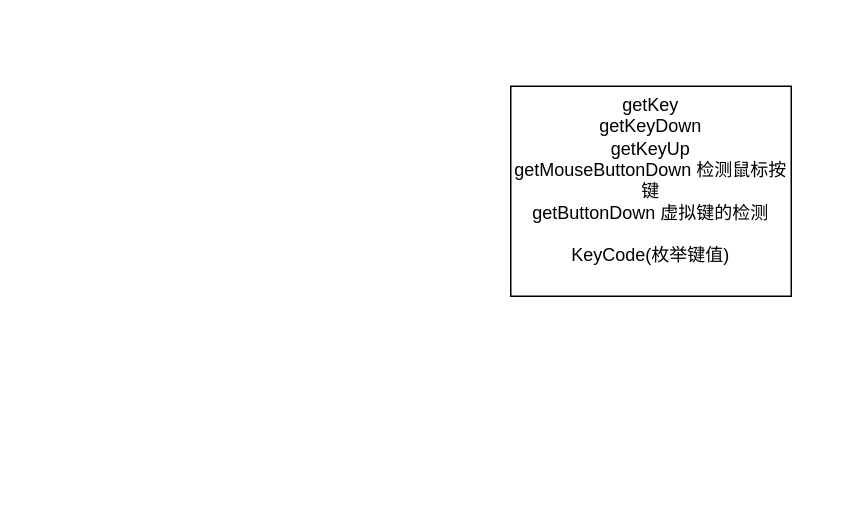
Earlier version of the draw.io diagram page "Input" (3 of 3) of Untitled Diagram.drawio (yangcanlaile/unity-chart). Source tidied: cells renumbered, new cells numbered last; positions are measured from the earlier drawing's top-left corner, leaving out a move shared by most shapes. Both pictures are drawn from the tidied source at 150%, with x=0, y=0 at pixel (510, 86).
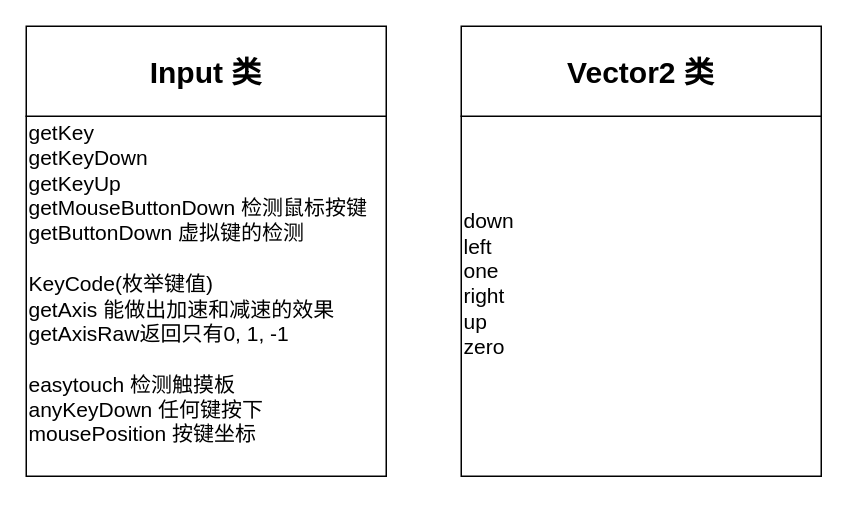
After the change.

What changed in the source:
```diff
@@
 <mxGraphModel>
   <root>
     <mxCell id="0" />
     <mxCell id="1" parent="0" />
+    <mxCell id="3" style="group;" parent="1" vertex="1">
+      <mxGeometry x="-323" y="-40" width="240" height="300" as="geometry" />
+    </mxCell>
-    <mxCell id="2" value="getKey&lt;br&gt;getKeyDown&lt;br&gt;getKeyUp&lt;br&gt;getMouseButtonDown 检测鼠标按键&lt;br&gt;getButtonDown 虚拟键的检测&lt;br&gt;&lt;br&gt;KeyCode(枚举键值)&lt;br&gt;&lt;br&gt;" style="rounded=0;whiteSpace=wrap;html=1;" parent="1" vertex="1">
-      <mxGeometry width="187" height="140" as="geometry" />
+    <mxCell id="2" value="getKey&lt;br style=&quot;font-size: 14px;&quot;&gt;getKeyDown&lt;br style=&quot;font-size: 14px;&quot;&gt;getKeyUp&lt;br style=&quot;font-size: 14px;&quot;&gt;getMouseButtonDown 检测鼠标按键&lt;br style=&quot;font-size: 14px;&quot;&gt;getButtonDown 虚拟键的检测&lt;br style=&quot;font-size: 14px;&quot;&gt;&lt;br style=&quot;font-size: 14px;&quot;&gt;KeyCode(枚举键值)&lt;br style=&quot;font-size: 14px;&quot;&gt;getAxis 能做出加速和减速的效果&lt;br style=&quot;font-size: 14px;&quot;&gt;getAxisRaw返回只有0, 1, -1&lt;br style=&quot;font-size: 14px;&quot;&gt;&lt;br style=&quot;font-size: 14px;&quot;&gt;easytouch 检测触摸板&lt;br style=&quot;font-size: 14px;&quot;&gt;anyKeyDown 任何键按下&lt;br style=&quot;font-size: 14px;&quot;&gt;mousePosition 按键坐标&lt;br style=&quot;font-size: 14px;&quot;&gt;&lt;br style=&quot;font-size: 14px;&quot;&gt;" style="rounded=0;whiteSpace=wrap;html=1;fontSize=14;align=left;" parent="3" vertex="1">
+      <mxGeometry y="60" width="240" height="240" as="geometry" />
     </mxCell>
+    <mxCell id="4" value="&lt;b&gt;&lt;font style=&quot;font-size: 20px&quot;&gt;Input 类&lt;/font&gt;&lt;/b&gt;" style="rounded=0;whiteSpace=wrap;html=1;fontSize=14;align=center;" parent="3" vertex="1">
+      <mxGeometry width="240" height="60" as="geometry" />
+    </mxCell>
+    <mxCell id="5" style="group;" parent="1" vertex="1">
+      <mxGeometry x="-33" y="-30" width="240" height="300" as="geometry" />
+    </mxCell>
+    <mxCell id="6" style="group;" parent="5" vertex="1">
+      <mxGeometry y="-10" width="240" height="300" as="geometry" />
+    </mxCell>
+    <mxCell id="7" value="down&lt;br&gt;left&lt;br&gt;one&lt;br&gt;right&lt;br&gt;up&lt;br&gt;zero&lt;br&gt;&lt;br style=&quot;font-size: 14px&quot;&gt;" style="rounded=0;whiteSpace=wrap;html=1;fontSize=14;align=left;" parent="6" vertex="1">
+      <mxGeometry y="60" width="240" height="240" as="geometry" />
+    </mxCell>
+    <mxCell id="8" value="&lt;b&gt;&lt;font style=&quot;font-size: 20px&quot;&gt;Vector2 类&lt;/font&gt;&lt;/b&gt;" style="rounded=0;whiteSpace=wrap;html=1;fontSize=14;align=center;" parent="6" vertex="1">
+      <mxGeometry width="240" height="60" as="geometry" />
+    </mxCell>
   </root>
 </mxGraphModel>
```
